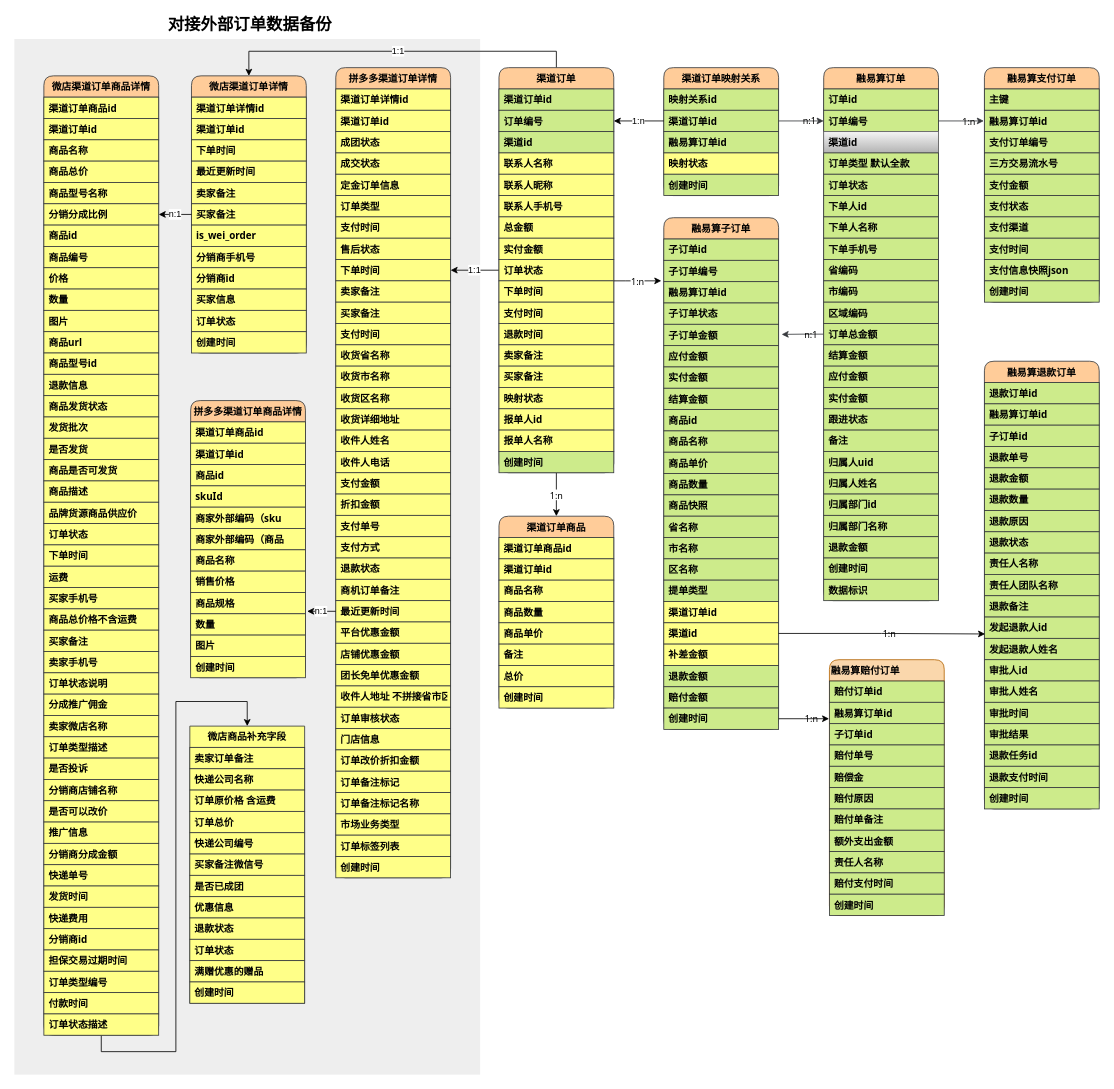
Earlier version of the draw.io diagram 渠道订单DB.drawio (zhaoershuang/flow-chart). Source tidied: cells renumbered, new cells numbered last; positions are measured from the earlier drawing's top-left corner, leaving out a move shared by most shapes. Both pictures are drawn from the tidied source at 82%, with x=0, y=0 at pixel (14, 15).
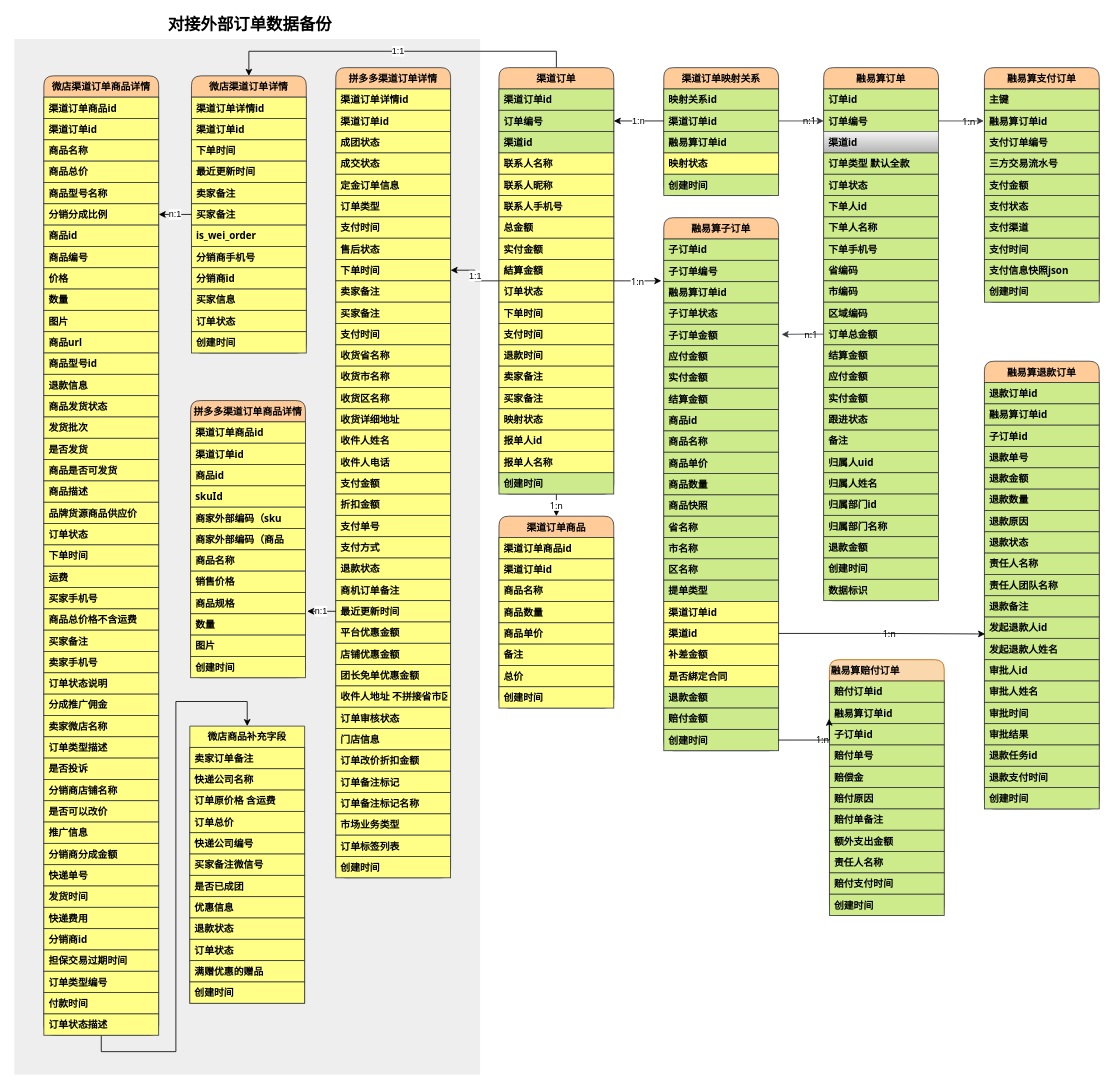
The same page after the edit.

Commit message:
更新渠道订单DB.drawio

The edit, as a diff of the source:
```diff
@@
     <mxCell id="7" value="渠道订单" style="swimlane;fontStyle=1;horizontal=1;startSize=26;rounded=1;sketch=0;swimlaneFillColor=none;fontFamily=Tahoma;fillColor=#ffcc99;strokeColor=#36393d;" parent="1" vertex="1">
-      <mxGeometry x="591" y="64" width="140" height="494" as="geometry" />
+      <mxGeometry x="591" y="64" width="140" height="520" as="geometry" />
     </mxCell>
@@
+    <mxCell id="266" value="結算金額" style="text;align=left;verticalAlign=top;spacingLeft=4;spacingRight=4;overflow=hidden;fontStyle=1;fontFamily=Tahoma;fillColor=#ffff88;strokeColor=#36393d;" parent="7" vertex="1">
+      <mxGeometry y="234" width="140" height="26" as="geometry" />
+    </mxCell>
     <mxCell id="16" value="订单状态" style="text;align=left;verticalAlign=top;spacingLeft=4;spacingRight=4;overflow=hidden;fontStyle=1;fontFamily=Tahoma;fillColor=#ffff88;strokeColor=#36393d;" parent="7" vertex="1">
-      <mxGeometry y="234" width="140" height="26" as="geometry" />
+      <mxGeometry y="260" width="140" height="26" as="geometry" />
     </mxCell>
     <mxCell id="17" value="下单时间" style="text;align=left;verticalAlign=top;spacingLeft=4;spacingRight=4;overflow=hidden;fontStyle=1;fontFamily=Tahoma;fillColor=#ffff88;strokeColor=#36393d;" parent="7" vertex="1">
-      <mxGeometry y="260" width="140" height="26" as="geometry" />
+      <mxGeometry y="286" width="140" height="26" as="geometry" />
     </mxCell>
     <mxCell id="18" value="支付时间" style="text;align=left;verticalAlign=top;spacingLeft=4;spacingRight=4;overflow=hidden;fontStyle=1;fontFamily=Tahoma;fillColor=#ffff88;strokeColor=#36393d;" parent="7" vertex="1">
-      <mxGeometry y="286" width="140" height="26" as="geometry" />
+      <mxGeometry y="312" width="140" height="26" as="geometry" />
     </mxCell>
     <mxCell id="19" value="退款时间" style="text;align=left;verticalAlign=top;spacingLeft=4;spacingRight=4;overflow=hidden;fontStyle=1;fontFamily=Tahoma;fillColor=#ffff88;strokeColor=#36393d;" parent="7" vertex="1">
-      <mxGeometry y="312" width="140" height="26" as="geometry" />
+      <mxGeometry y="338" width="140" height="26" as="geometry" />
     </mxCell>
     <mxCell id="20" value="卖家备注" style="text;align=left;verticalAlign=top;spacingLeft=4;spacingRight=4;overflow=hidden;fontStyle=1;fontFamily=Tahoma;fillColor=#ffff88;strokeColor=#36393d;" parent="7" vertex="1">
-      <mxGeometry y="338" width="140" height="26" as="geometry" />
+      <mxGeometry y="364" width="140" height="26" as="geometry" />
     </mxCell>
     <mxCell id="21" value="买家备注" style="text;align=left;verticalAlign=top;spacingLeft=4;spacingRight=4;overflow=hidden;fontStyle=1;fontFamily=Tahoma;fillColor=#ffff88;strokeColor=#36393d;" parent="7" vertex="1">
-      <mxGeometry y="364" width="140" height="26" as="geometry" />
+      <mxGeometry y="390" width="140" height="26" as="geometry" />
     </mxCell>
     <mxCell id="22" value="映射状态" style="text;align=left;verticalAlign=top;spacingLeft=4;spacingRight=4;overflow=hidden;fontStyle=1;fontFamily=Tahoma;fillColor=#ffff88;strokeColor=#36393d;" parent="7" vertex="1">
-      <mxGeometry y="390" width="140" height="26" as="geometry" />
+      <mxGeometry y="416" width="140" height="26" as="geometry" />
     </mxCell>
     <mxCell id="23" value="报单人id" style="text;align=left;verticalAlign=top;spacingLeft=4;spacingRight=4;overflow=hidden;fontStyle=1;fontFamily=Tahoma;fillColor=#ffff88;strokeColor=#36393d;" parent="7" vertex="1">
-      <mxGeometry y="416" width="140" height="26" as="geometry" />
+      <mxGeometry y="442" width="140" height="26" as="geometry" />
     </mxCell>
     <mxCell id="24" value="报单人名称" style="text;align=left;verticalAlign=top;spacingLeft=4;spacingRight=4;overflow=hidden;fontStyle=1;fontFamily=Tahoma;fillColor=#ffff88;strokeColor=#36393d;" parent="7" vertex="1">
-      <mxGeometry y="442" width="140" height="26" as="geometry" />
+      <mxGeometry y="468" width="140" height="26" as="geometry" />
     </mxCell>
     <mxCell id="25" value="创建时间" style="text;align=left;verticalAlign=top;spacingLeft=4;spacingRight=4;overflow=hidden;fontStyle=1;fontFamily=Tahoma;fillColor=#cdeb8b;strokeColor=#36393d;" parent="7" vertex="1">
-      <mxGeometry y="468" width="140" height="26" as="geometry" />
+      <mxGeometry y="494" width="140" height="26" as="geometry" />
     </mxCell>
@@
     <mxCell id="68" value="融易算子订单" style="swimlane;fontStyle=1;horizontal=1;startSize=26;rounded=1;fontFamily=Tahoma;fillColor=#ffcc99;strokeColor=#36393d;align=center;labelBackgroundColor=none;labelBorderColor=none;shadow=0;" parent="1" vertex="1">
-      <mxGeometry x="792" y="247" width="140" height="624" as="geometry" />
+      <mxGeometry x="792" y="247" width="140" height="650" as="geometry" />
     </mxCell>
@@
+    <mxCell id="267" value="是否綁定合同" style="text;align=left;verticalAlign=top;spacingLeft=4;spacingRight=4;overflow=hidden;fontStyle=1;fontFamily=Tahoma;fillColor=#ffff88;strokeColor=#36393d;labelBackgroundColor=none;labelBorderColor=none;shadow=0;" parent="68" vertex="1">
+      <mxGeometry y="546" width="140" height="26" as="geometry" />
+    </mxCell>
     <mxCell id="89" value="退款金额" style="text;align=left;verticalAlign=top;spacingLeft=4;spacingRight=4;overflow=hidden;fontStyle=1;fontFamily=Tahoma;fillColor=#cdeb8b;strokeColor=#36393d;labelBackgroundColor=none;labelBorderColor=none;shadow=0;" parent="68" vertex="1">
-      <mxGeometry y="546" width="140" height="26" as="geometry" />
+      <mxGeometry y="572" width="140" height="26" as="geometry" />
     </mxCell>
     <mxCell id="90" value="赔付金额" style="text;align=left;verticalAlign=top;spacingLeft=4;spacingRight=4;overflow=hidden;fontStyle=1;fontFamily=Tahoma;fillColor=#cdeb8b;strokeColor=#36393d;labelBackgroundColor=none;labelBorderColor=none;shadow=0;" parent="68" vertex="1">
-      <mxGeometry y="572" width="140" height="26" as="geometry" />
+      <mxGeometry y="598" width="140" height="26" as="geometry" />
     </mxCell>
     <mxCell id="91" value="创建时间" style="text;align=left;verticalAlign=top;spacingLeft=4;spacingRight=4;overflow=hidden;points=[[0,0.5],[1,0.5]];portConstraint=eastwest;fontStyle=1;fontFamily=Tahoma;fillColor=#cdeb8b;strokeColor=#36393d;labelBackgroundColor=none;labelBorderColor=none;shadow=0;" parent="68" vertex="1">
-      <mxGeometry y="598" width="140" height="26" as="geometry" />
+      <mxGeometry y="624" width="140" height="26" as="geometry" />
     </mxCell>
```
